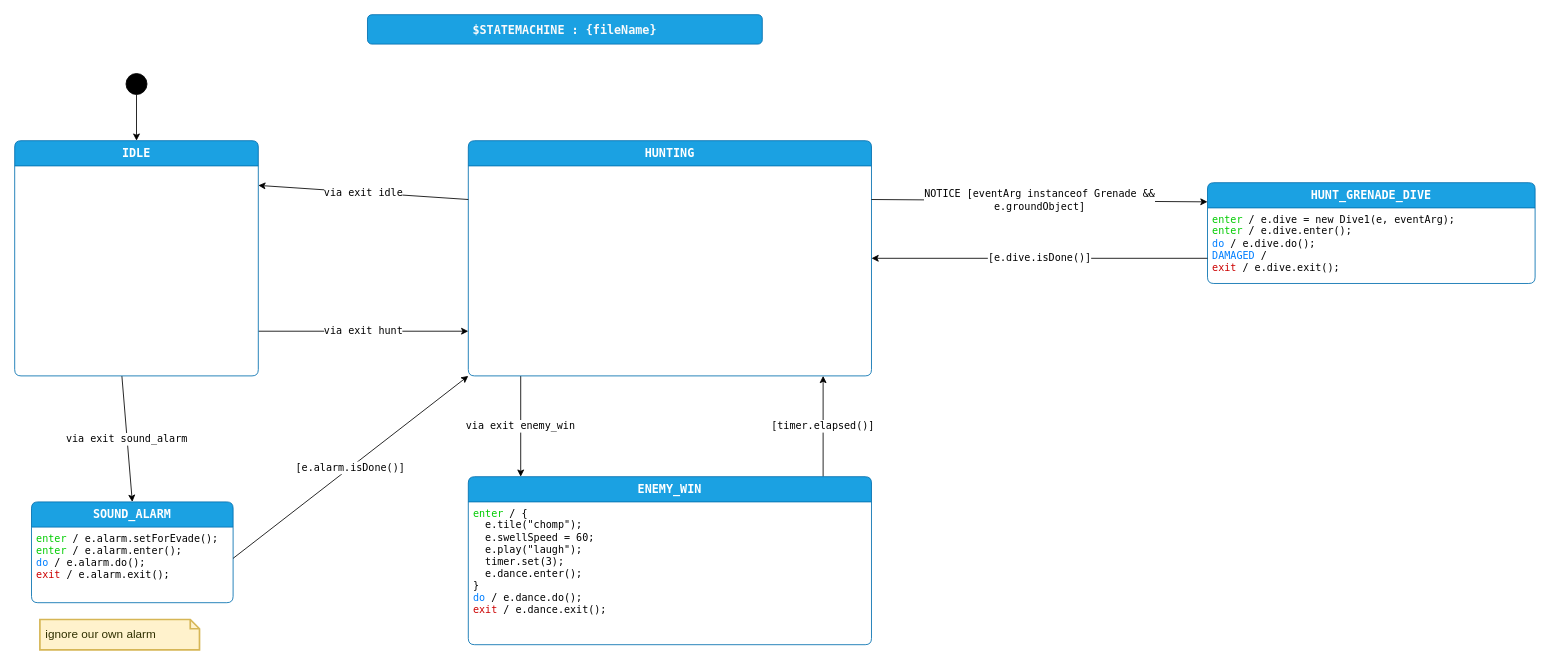
Before: page "design" (1 of 3) of enemy3/Enemy3Sm.drawio in adamfk/game-fsm-examples, a draw.io diagram. Source tidied: cells renumbered, new cells numbered last; positions are measured from the earlier drawing's top-left corner, leaving out a move shared by most shapes. Both pictures are drawn from the tidied source at 84%, with x=0, y=0 at pixel (14, 14).
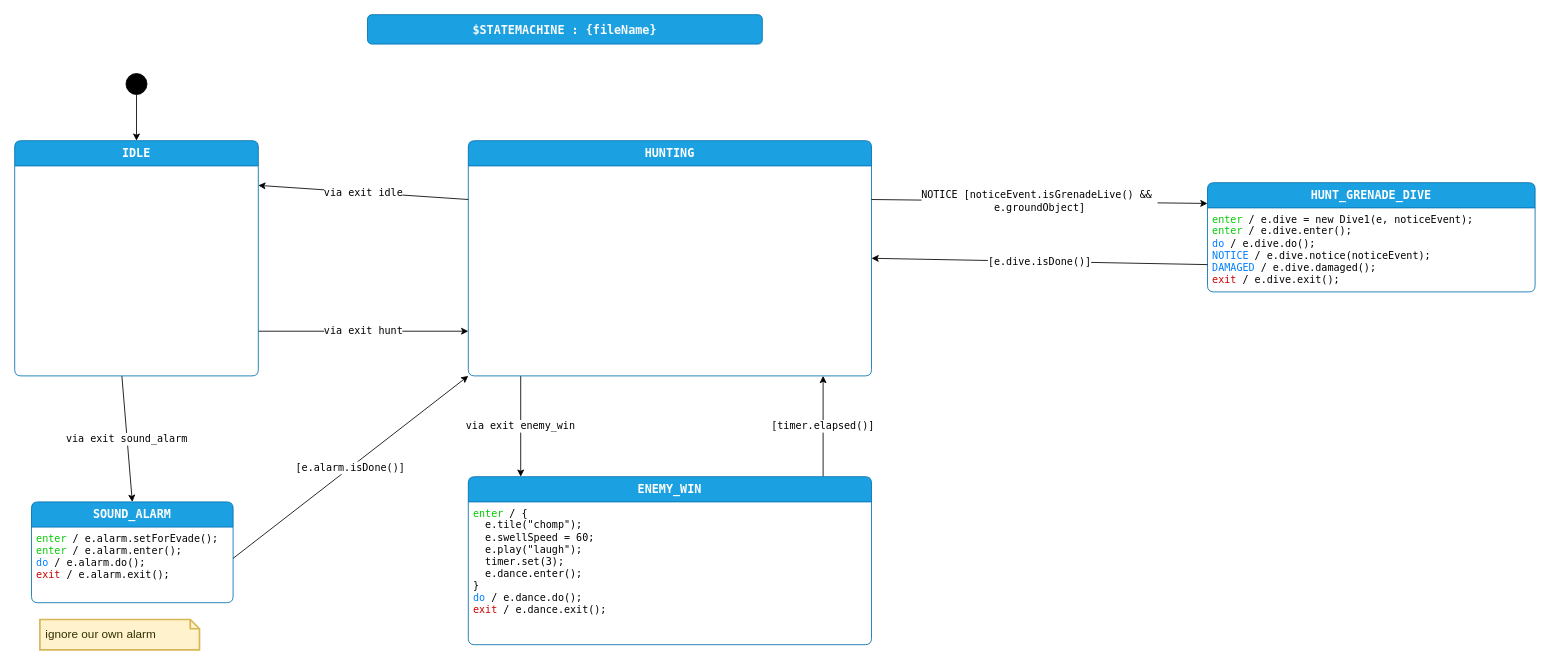
The same diagram, later.

Commit message (it also covers changes not shown here):
grenade improvements

The change refers to these unchanged cells:
```xml
<mxCell id="4" value="HUNTING" style="shape=swimlane;align=center;verticalAlign=top;fontFamily=Lucida Console;startSize=30;fontSize=14;fontStyle=1;fontColor=#ffffff;fillColor=#1ba1e2;swimlaneFillColor=default;rounded=1;arcSize=15;absoluteArcSize=1;points=[[0,0,0,0,0],[0,0.06,0,0,0],[0,0.13,0,0,0],[0,0.19,0,0,0],[0,0.25,0,0,0],[0,0.31,0,0,0],[0,0.38,0,0,0],[0,0.44,0,0,0],[0,0.5,0,0,0],[0,0.56,0,0,0],[0,0.63,0,0,0],[0,0.69,0,0,0],[0,0.75,0,0,0],[0,0.81,0,0,0],[0,0.88,0,0,0],[0,0.94,0,0,0],[0,1,0,0,0],[0.06,0,0,0,0],[0.06,1,0,0,0],[0.13,0,0,0,0],[0.13,1,0,0,0],[0.19,0,0,0,0],[0.19,1,0,0,0],[0.25,0,0,0,0],[0.25,1,0,0,0],[0.31,0,0,0,0],[0.31,1,0,0,0],[0.38,0,0,0,0],[0.38,1,0,0,0],[0.44,0,0,0,0],[0.44,1,0,0,0],[0.5,0,0,0,0],[0.5,1,0,0,0],[0.56,0,0,0,0],[0.56,1,0,0,0],[0.63,0,0,0,0],[0.63,1,0,0,0],[0.69,0,0,0,0],[0.69,1,0,0,0],[0.75,0,0,0,0],[0.75,1,0,0,0],[0.81,0,0,0,0],[0.81,1,0,0,0],[0.88,0,0,0,0],[0.88,1,0,0,0],[0.94,0,0,0,0],[0.94,1,0,0,0],[1,0,0,0,0],[1,0.06,0,0,0],[1,0.13,0,0,0],[1,0.19,0,0,0],[1,0.25,0,0,0],[1,0.31,0,0,0],[1,0.38,0,0,0],[1,0.44,0,0,0],[1,0.5,0,0,0],[1,0.56,0,0,0],[1,0.63,0,0,0],[1,0.69,0,0,0],[1,0.75,0,0,0],[1,0.81,0,0,0],[1,0.88,0,0,0],[1,0.94,0,0,0],[1,1,0,0,0]];strokeColor=#006EAF;labelBackgroundColor=none;" parent="1" vertex="1" collapsed="1">
  <mxGeometry x="540" y="150" width="480" height="280" as="geometry" />
</mxCell>
```

The edit, as a diff of the source:
```diff
@@
     <mxCell id="18" value="HUNT_GRENADE_DIVE" style="shape=swimlane;align=center;verticalAlign=top;fontFamily=Lucida Console;startSize=30;fontSize=14;fontStyle=1;fontColor=#ffffff;fillColor=#1ba1e2;swimlaneFillColor=default;rounded=1;arcSize=15;absoluteArcSize=1;points=[[0,0,0,0,0],[0,0.06,0,0,0],[0,0.13,0,0,0],[0,0.19,0,0,0],[0,0.25,0,0,0],[0,0.31,0,0,0],[0,0.38,0,0,0],[0,0.44,0,0,0],[0,0.5,0,0,0],[0,0.56,0,0,0],[0,0.63,0,0,0],[0,0.69,0,0,0],[0,0.75,0,0,0],[0,0.81,0,0,0],[0,0.88,0,0,0],[0,0.94,0,0,0],[0,1,0,0,0],[0.06,0,0,0,0],[0.06,1,0,0,0],[0.13,0,0,0,0],[0.13,1,0,0,0],[0.19,0,0,0,0],[0.19,1,0,0,0],[0.25,0,0,0,0],[0.25,1,0,0,0],[0.31,0,0,0,0],[0.31,1,0,0,0],[0.38,0,0,0,0],[0.38,1,0,0,0],[0.44,0,0,0,0],[0.44,1,0,0,0],[0.5,0,0,0,0],[0.5,1,0,0,0],[0.56,0,0,0,0],[0.56,1,0,0,0],[0.63,0,0,0,0],[0.63,1,0,0,0],[0.69,0,0,0,0],[0.69,1,0,0,0],[0.75,0,0,0,0],[0.75,1,0,0,0],[0.81,0,0,0,0],[0.81,1,0,0,0],[0.88,0,0,0,0],[0.88,1,0,0,0],[0.94,0,0,0,0],[0.94,1,0,0,0],[1,0,0,0,0],[1,0.06,0,0,0],[1,0.13,0,0,0],[1,0.19,0,0,0],[1,0.25,0,0,0],[1,0.31,0,0,0],[1,0.38,0,0,0],[1,0.44,0,0,0],[1,0.5,0,0,0],[1,0.56,0,0,0],[1,0.63,0,0,0],[1,0.69,0,0,0],[1,0.75,0,0,0],[1,0.81,0,0,0],[1,0.88,0,0,0],[1,0.94,0,0,0],[1,1,0,0,0]];strokeColor=#006EAF;labelBackgroundColor=none;" parent="1" vertex="1">
-      <mxGeometry x="1420" y="200" width="390" height="120" as="geometry" />
+      <mxGeometry x="1420" y="200" width="390" height="130" as="geometry" />
     </mxCell>
-    <mxCell id="19" value="&lt;div&gt;&lt;font color=&quot;#00cc00&quot;&gt;enter&lt;/font&gt;&amp;nbsp;/ e.dive = new Dive1(e, eventArg);&lt;font color=&quot;#00cc00&quot;&gt;&lt;br&gt;&lt;/font&gt;&lt;/div&gt;&lt;font color=&quot;#00cc00&quot;&gt;enter&lt;/font&gt;&amp;nbsp;/&amp;nbsp;e.dive.enter();&lt;br&gt;&lt;div&gt;&lt;font color=&quot;#007fff&quot;&gt;do&lt;/font&gt;&amp;nbsp;/ e.dive.do();&lt;/div&gt;&lt;div&gt;&lt;font color=&quot;#007fff&quot;&gt;DAMAGED&lt;/font&gt;&amp;nbsp;/&amp;nbsp;&lt;br&gt;&lt;/div&gt;&lt;div&gt;&lt;font color=&quot;#cc0000&quot;&gt;exit&lt;/font&gt;&amp;nbsp;/ e.dive.exit();&lt;/div&gt;" style="fontFamily=Lucida Console;align=left;verticalAlign=top;fillColor=none;gradientColor=none;strokeColor=none;rounded=0;spacingLeft=4;html=1;fontSize=12;fontColor=default;labelBackgroundColor=default;" parent="18" vertex="1">
-      <mxGeometry y="30" width="310" height="90" as="geometry" />
+    <mxCell id="19" value="&lt;div&gt;&lt;font color=&quot;#00cc00&quot;&gt;enter&lt;/font&gt;&amp;nbsp;/ e.dive = new Dive1(e, noticeEvent);&lt;font color=&quot;#00cc00&quot;&gt;&lt;br&gt;&lt;/font&gt;&lt;/div&gt;&lt;font color=&quot;#00cc00&quot;&gt;enter&lt;/font&gt;&amp;nbsp;/&amp;nbsp;e.dive.enter();&lt;br&gt;&lt;div&gt;&lt;font color=&quot;#007fff&quot;&gt;do&lt;/font&gt;&amp;nbsp;/ e.dive.do();&lt;/div&gt;&lt;div&gt;&lt;font color=&quot;#007fff&quot;&gt;NOTICE&lt;/font&gt;&amp;nbsp;/ e.dive.notice(noticeEvent);&lt;font color=&quot;#007fff&quot;&gt;&lt;br&gt;&lt;/font&gt;&lt;/div&gt;&lt;div&gt;&lt;font color=&quot;#007fff&quot;&gt;DAMAGED&lt;/font&gt;&amp;nbsp;/ e.dive.damaged();&lt;br&gt;&lt;/div&gt;&lt;div&gt;&lt;font color=&quot;#cc0000&quot;&gt;exit&lt;/font&gt;&amp;nbsp;/ e.dive.exit();&lt;/div&gt;" style="fontFamily=Lucida Console;align=left;verticalAlign=top;fillColor=none;gradientColor=none;strokeColor=none;rounded=0;spacingLeft=4;html=1;fontSize=12;fontColor=default;labelBackgroundColor=default;" parent="18" vertex="1">
+      <mxGeometry y="30" width="340" height="100" as="geometry" />
     </mxCell>
-    <mxCell id="20" value="NOTICE [eventArg instanceof Grenade &amp;amp;&amp;amp;&lt;div&gt;e.groundObject]&lt;/div&gt;" style="edgeStyle=none;shape=connector;rounded=0;jettySize=auto;html=1;exitX=1;exitY=0.25;exitDx=0;exitDy=0;exitPerimeter=0;entryX=0;entryY=0.19;entryDx=0;entryDy=0;entryPerimeter=0;strokeColor=default;align=center;verticalAlign=middle;fontFamily=Lucida Console;fontSize=12;fontColor=default;labelBackgroundColor=default;endArrow=classic;" parent="1" edge="1" source="4" target="18">
+    <mxCell id="20" value="NOTICE [noticeEvent.isGrenadeLive() &amp;amp;&amp;amp;&amp;nbsp;&lt;div&gt;e.groundObject]&lt;/div&gt;" style="edgeStyle=none;shape=connector;rounded=0;jettySize=auto;html=1;exitX=1;exitY=0.25;exitDx=0;exitDy=0;exitPerimeter=0;entryX=0;entryY=0.19;entryDx=0;entryDy=0;entryPerimeter=0;strokeColor=default;align=center;verticalAlign=middle;fontFamily=Lucida Console;fontSize=12;fontColor=default;labelBackgroundColor=default;endArrow=classic;" parent="1" edge="1" source="4" target="18">
       <mxGeometry relative="1" as="geometry" />
     </mxCell>
```
